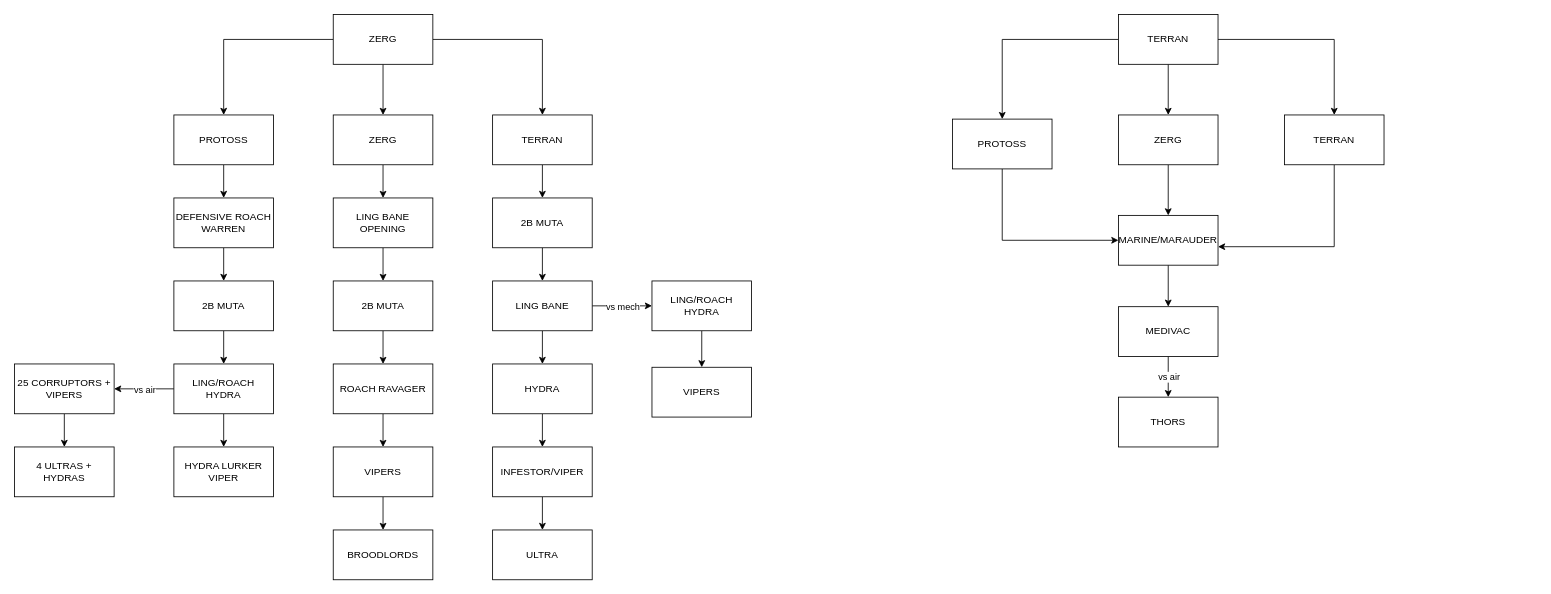
This is sc2strategy.drawio from luisphelipe/sc2strategy, a draw.io file, before an edit. Source tidied: cells renumbered, new cells numbered last; positions are measured from the earlier drawing's top-left corner, leaving out a move shared by most shapes. Both pictures are drawn from the tidied source at 83%, with x=0, y=0 at pixel (14, 14).
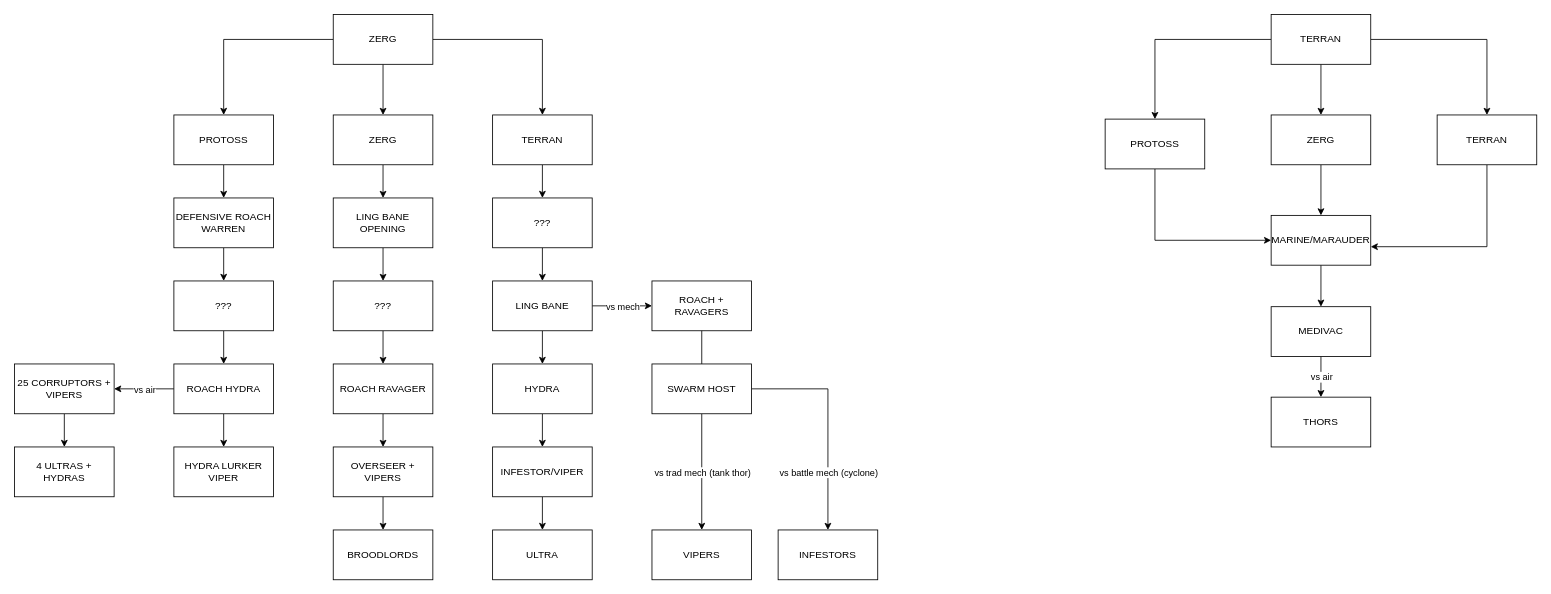
The same diagram, later.

Diff of the diagram source:
```diff
@@
-    <mxCell id="15" value="2B MUTA" style="rounded=0;whiteSpace=wrap;html=1;" parent="1" vertex="1">
+    <mxCell id="15" value="???" style="rounded=0;whiteSpace=wrap;html=1;" parent="1" vertex="1">
       <mxGeometry x="384" y="321" width="120" height="60" as="geometry" />
     </mxCell>
@@
-    <mxCell id="19" value="VIPERS" style="rounded=0;whiteSpace=wrap;html=1;" parent="1" vertex="1">
+    <mxCell id="19" value="OVERSEER + VIPERS" style="rounded=0;whiteSpace=wrap;html=1;" parent="1" vertex="1">
       <mxGeometry x="384" y="521" width="120" height="60" as="geometry" />
     </mxCell>
@@
-    <mxCell id="24" value="2B MUTA" style="rounded=0;whiteSpace=wrap;html=1;" parent="1" vertex="1">
+    <mxCell id="24" value="???" style="rounded=0;whiteSpace=wrap;html=1;" parent="1" vertex="1">
       <mxGeometry x="192" y="321" width="120" height="60" as="geometry" />
     </mxCell>
@@
-    <mxCell id="28" value="LING/ROACH HYDRA" style="rounded=0;whiteSpace=wrap;html=1;" parent="1" vertex="1">
+    <mxCell id="28" value="ROACH HYDRA" style="rounded=0;whiteSpace=wrap;html=1;" parent="1" vertex="1">
       <mxGeometry x="192" y="421" width="120" height="60" as="geometry" />
     </mxCell>
@@
-    <mxCell id="34" value="2B MUTA" style="rounded=0;whiteSpace=wrap;html=1;" parent="1" vertex="1">
+    <mxCell id="34" value="???" style="rounded=0;whiteSpace=wrap;html=1;" parent="1" vertex="1">
       <mxGeometry x="576" y="221" width="120" height="60" as="geometry" />
     </mxCell>
@@
-    <mxCell id="44" style="edgeStyle=orthogonalEdgeStyle;rounded=0;jettySize=auto;html=1;" parent="1" edge="1" source="45" target="46">
+    <mxCell id="44" style="edgeStyle=orthogonalEdgeStyle;rounded=0;jettySize=auto;html=1;exitX=0.5;exitY=1;exitDx=0;exitDy=0;" parent="1" edge="1" source="68" target="46">
       <mxGeometry relative="1" as="geometry" />
     </mxCell>
+    <mxCell id="63" value="vs trad mech (tank thor)" style="edgeLabel;html=1;align=center;verticalAlign=middle;" parent="44" vertex="1">
+      <mxGeometry x="-0.23" relative="1" as="geometry">
+        <mxPoint y="16" as="offset" />
+      </mxGeometry>
+    </mxCell>
+    <mxCell id="64" style="edgeStyle=orthogonalEdgeStyle;rounded=0;jettySize=auto;html=1;entryX=0.5;entryY=0;entryDx=0;entryDy=0;startArrow=none;" parent="1" edge="1" source="68" target="66">
+      <mxGeometry relative="1" as="geometry" />
+    </mxCell>
+    <mxCell id="65" value="vs battle mech (cyclone)" style="edgeLabel;html=1;align=center;verticalAlign=middle;" parent="64" vertex="1">
+      <mxGeometry x="0.26" y="1" relative="1" as="geometry">
+        <mxPoint x="-1" y="27" as="offset" />
+      </mxGeometry>
+    </mxCell>
-    <mxCell id="45" value="LING/ROACH HYDRA" style="rounded=0;whiteSpace=wrap;html=1;" parent="1" vertex="1">
+    <mxCell id="45" value="ROACH + RAVAGERS" style="rounded=0;whiteSpace=wrap;html=1;" parent="1" vertex="1">
       <mxGeometry x="768" y="321" width="120" height="60" as="geometry" />
     </mxCell>
     <mxCell id="46" value="VIPERS" style="rounded=0;whiteSpace=wrap;html=1;" parent="1" vertex="1">
-      <mxGeometry x="768" y="425" width="120" height="60" as="geometry" />
+      <mxGeometry x="768" y="621" width="120" height="60" as="geometry" />
     </mxCell>
@@
     <mxCell id="50" value="TERRAN" style="rounded=0;whiteSpace=wrap;html=1;" parent="1" vertex="1">
-      <mxGeometry x="1330" width="120" height="60" as="geometry" />
+      <mxGeometry x="1514" width="120" height="60" as="geometry" />
     </mxCell>
@@
     <mxCell id="52" value="ZERG" style="rounded=0;whiteSpace=wrap;html=1;" parent="1" vertex="1">
-      <mxGeometry x="1330" y="121" width="120" height="60" as="geometry" />
+      <mxGeometry x="1514" y="121" width="120" height="60" as="geometry" />
     </mxCell>
@@
     <mxCell id="54" value="TERRAN" style="rounded=0;whiteSpace=wrap;html=1;" parent="1" vertex="1">
-      <mxGeometry x="1530" y="121" width="120" height="60" as="geometry" />
+      <mxGeometry x="1714" y="121" width="120" height="60" as="geometry" />
     </mxCell>
@@
     <mxCell id="56" value="PROTOSS" style="rounded=0;whiteSpace=wrap;html=1;" parent="1" vertex="1">
-      <mxGeometry x="1130" y="126" width="120" height="60" as="geometry" />
+      <mxGeometry x="1314" y="126" width="120" height="60" as="geometry" />
     </mxCell>
@@
     <mxCell id="58" value="MARINE/MARAUDER" style="rounded=0;whiteSpace=wrap;html=1;" parent="1" vertex="1">
-      <mxGeometry x="1330" y="242" width="120" height="60" as="geometry" />
+      <mxGeometry x="1514" y="242" width="120" height="60" as="geometry" />
     </mxCell>
@@
     <mxCell id="61" value="MEDIVAC" style="rounded=0;whiteSpace=wrap;html=1;" parent="1" vertex="1">
-      <mxGeometry x="1330" y="352" width="120" height="60" as="geometry" />
+      <mxGeometry x="1514" y="352" width="120" height="60" as="geometry" />
     </mxCell>
     <mxCell id="62" value="THORS" style="rounded=0;whiteSpace=wrap;html=1;" parent="1" vertex="1">
-      <mxGeometry x="1330" y="461" width="120" height="60" as="geometry" />
+      <mxGeometry x="1514" y="461" width="120" height="60" as="geometry" />
     </mxCell>
+    <mxCell id="66" value="INFESTORS" style="rounded=0;whiteSpace=wrap;html=1;" parent="1" vertex="1">
+      <mxGeometry x="920" y="621" width="120" height="60" as="geometry" />
+    </mxCell>
+    <mxCell id="67" style="edgeStyle=orthogonalEdgeStyle;rounded=0;jettySize=auto;html=1;entryX=0.5;entryY=0;entryDx=0;entryDy=0;endArrow=none;" parent="1" edge="1" source="45" target="68">
+      <mxGeometry relative="1" as="geometry" />
+    </mxCell>
+    <mxCell id="68" value="SWARM HOST" style="rounded=0;whiteSpace=wrap;html=1;" parent="1" vertex="1">
+      <mxGeometry x="768" y="421" width="120" height="60" as="geometry" />
+    </mxCell>
```
